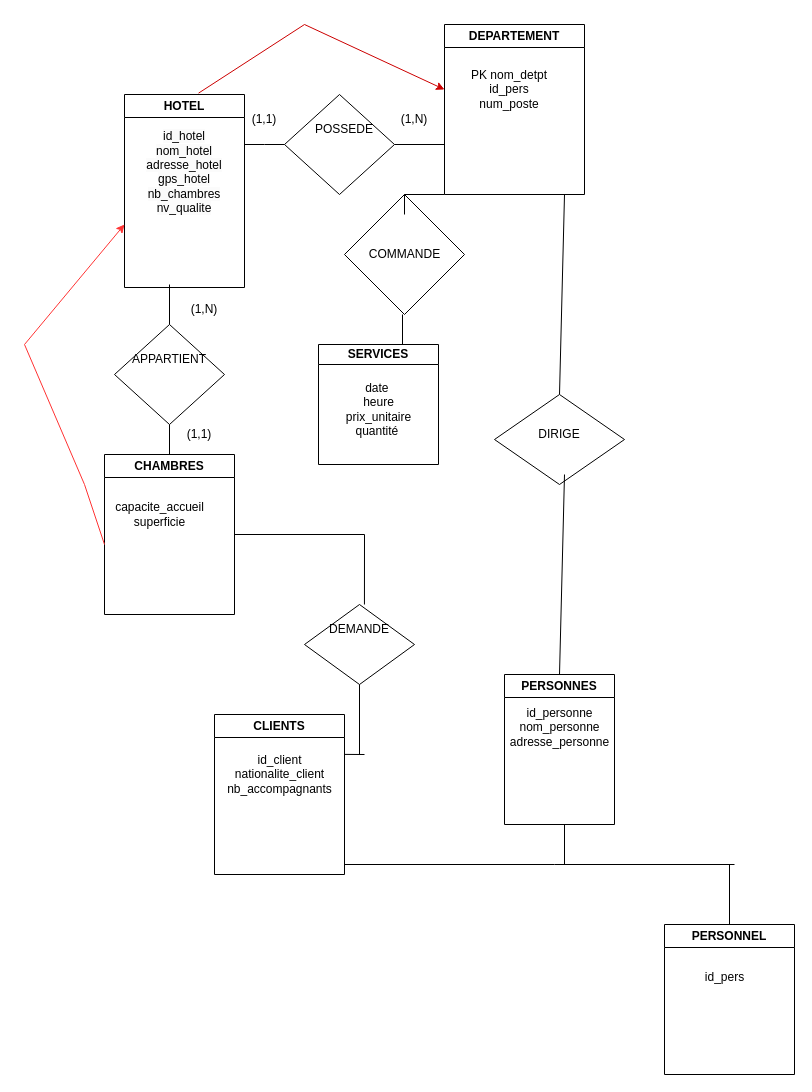
The draw.io diagram Diagramme sans nom.drawio in lenny-vergerolle/lennyverg, before the edit. Source tidied: cells renumbered, new cells numbered last; positions are measured from the earlier drawing's top-left corner, leaving out a move shared by most shapes. Both pictures are drawn from the tidied source at 100%, with x=0, y=0 at pixel (24, 24).
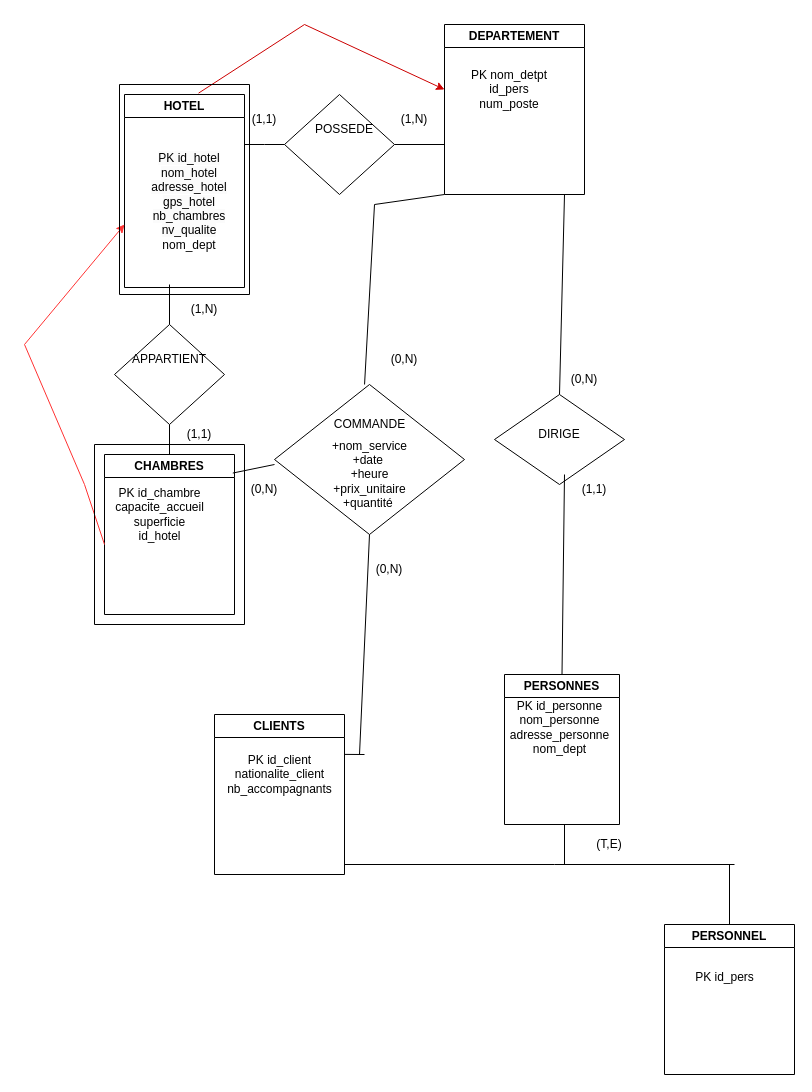
The same page after the edit.

Commit message:
Mettre à jour Diagramme sans nom.drawio

The change refers to these unchanged cells:
```xml
<mxCell id="2" value="HOTEL" style="swimlane;whiteSpace=wrap;html=1;" parent="1" vertex="1">
  <mxGeometry x="100" y="70" width="120" height="193" as="geometry" />
</mxCell>
<mxCell id="4" value="DEPARTEMENT" style="swimlane;whiteSpace=wrap;html=1;" parent="1" vertex="1">
  <mxGeometry x="420" width="140" height="170" as="geometry" />
</mxCell>
<mxCell id="6" value="CLIENTS" style="swimlane;whiteSpace=wrap;html=1;" parent="1" vertex="1">
  <mxGeometry x="190" y="690" width="130" height="160" as="geometry" />
</mxCell>
<mxCell id="10" value="PERSONNEL" style="swimlane;whiteSpace=wrap;html=1;" parent="1" vertex="1">
  <mxGeometry x="640" y="900" width="130" height="150" as="geometry" />
</mxCell>
<mxCell id="12" value="CHAMBRES" style="swimlane;whiteSpace=wrap;html=1;" parent="1" vertex="1">
  <mxGeometry x="80" y="430" width="130" height="160" as="geometry" />
</mxCell>
```

The edit, as a diff of the source:
```diff
@@
-    <mxCell id="3" value="&#10;&lt;span style=&quot;color: rgb(0, 0, 0); font-family: Helvetica; font-size: 12px; font-style: normal; font-variant-ligatures: normal; font-variant-caps: normal; font-weight: 400; letter-spacing: normal; orphans: 2; text-align: center; text-indent: 0px; text-transform: none; widows: 2; word-spacing: 0px; -webkit-text-stroke-width: 0px; background-color: rgb(251, 251, 251); text-decoration-thickness: initial; text-decoration-style: initial; text-decoration-color: initial; float: none; display: inline !important;&quot;&gt;id_hotel&lt;/span&gt;&lt;br style=&quot;border-color: var(--border-color); color: rgb(0, 0, 0); font-family: Helvetica; font-size: 12px; font-style: normal; font-variant-ligatures: normal; font-variant-caps: normal; font-weight: 400; letter-spacing: normal; orphans: 2; text-align: center; text-indent: 0px; text-transform: none; widows: 2; word-spacing: 0px; -webkit-text-stroke-width: 0px; background-color: rgb(251, 251, 251); text-decoration-thickness: initial; text-decoration-style: initial; text-decoration-color: initial;&quot;&gt;&lt;span style=&quot;color: rgb(0, 0, 0); font-family: Helvetica; font-size: 12px; font-style: normal; font-variant-ligatures: normal; font-variant-caps: normal; font-weight: 400; letter-spacing: normal; orphans: 2; text-align: center; text-indent: 0px; text-transform: none; widows: 2; word-spacing: 0px; -webkit-text-stroke-width: 0px; background-color: rgb(251, 251, 251); text-decoration-thickness: initial; text-decoration-style: initial; text-decoration-color: initial; float: none; display: inline !important;&quot;&gt;nom_hotel&lt;/span&gt;&lt;br style=&quot;border-color: var(--border-color); color: rgb(0, 0, 0); font-family: Helvetica; font-size: 12px; font-style: normal; font-variant-ligatures: normal; font-variant-caps: normal; font-weight: 400; letter-spacing: normal; orphans: 2; text-align: center; text-indent: 0px; text-transform: none; widows: 2; word-spacing: 0px; -webkit-text-stroke-width: 0px; background-color: rgb(251, 251, 251); text-decoration-thickness: initial; text-decoration-style: initial; text-decoration-color: initial;&quot;&gt;&lt;span style=&quot;color: rgb(0, 0, 0); font-family: Helvetica; font-size: 12px; font-style: normal; font-variant-ligatures: normal; font-variant-caps: normal; font-weight: 400; letter-spacing: normal; orphans: 2; text-align: center; text-indent: 0px; text-transform: none; widows: 2; word-spacing: 0px; -webkit-text-stroke-width: 0px; background-color: rgb(251, 251, 251); text-decoration-thickness: initial; text-decoration-style: initial; text-decoration-color: initial; float: none; display: inline !important;&quot;&gt;adresse_hotel&lt;/span&gt;&lt;br style=&quot;border-color: var(--border-color); color: rgb(0, 0, 0); font-family: Helvetica; font-size: 12px; font-style: normal; font-variant-ligatures: normal; font-variant-caps: normal; font-weight: 400; letter-spacing: normal; orphans: 2; text-align: center; text-indent: 0px; text-transform: none; widows: 2; word-spacing: 0px; -webkit-text-stroke-width: 0px; background-color: rgb(251, 251, 251); text-decoration-thickness: initial; text-decoration-style: initial; text-decoration-color: initial;&quot;&gt;&lt;span style=&quot;color: rgb(0, 0, 0); font-family: Helvetica; font-size: 12px; font-style: normal; font-variant-ligatures: normal; font-variant-caps: normal; font-weight: 400; letter-spacing: normal; orphans: 2; text-align: center; text-indent: 0px; text-transform: none; widows: 2; word-spacing: 0px; -webkit-text-stroke-width: 0px; background-color: rgb(251, 251, 251); text-decoration-thickness: initial; text-decoration-style: initial; text-decoration-color: initial; float: none; display: inline !important;&quot;&gt;gps_hotel&lt;/span&gt;&lt;br style=&quot;border-color: var(--border-color); color: rgb(0, 0, 0); font-family: Helvetica; font-size: 12px; font-style: normal; font-variant-ligatures: normal; font-variant-caps: normal; font-weight: 400; letter-spacing: normal; orphans: 2; text-align: center; text-indent: 0px; text-transform: none; widows: 2; word-spacing: 0px; -webkit-text-stroke-width: 0px; background-color: rgb(251, 251, 251); text-decoration-thickness: initial; text-decoration-style: initial; text-decoration-color: initial;&quot;&gt;&lt;span style=&quot;color: rgb(0, 0, 0); font-family: Helvetica; font-size: 12px; font-style: normal; font-variant-ligatures: normal; font-variant-caps: normal; font-weight: 400; letter-spacing: normal; orphans: 2; text-align: center; text-indent: 0px; text-transform: none; widows: 2; word-spacing: 0px; -webkit-text-stroke-width: 0px; background-color: rgb(251, 251, 251); text-decoration-thickness: initial; text-decoration-style: initial; text-decoration-color: initial; float: none; display: inline !important;&quot;&gt;nb_chambres&lt;/span&gt;&lt;br style=&quot;border-color: var(--border-color); color: rgb(0, 0, 0); font-family: Helvetica; font-size: 12px; font-style: normal; font-variant-ligatures: normal; font-variant-caps: normal; font-weight: 400; letter-spacing: normal; orphans: 2; text-align: center; text-indent: 0px; text-transform: none; widows: 2; word-spacing: 0px; -webkit-text-stroke-width: 0px; background-color: rgb(251, 251, 251); text-decoration-thickness: initial; text-decoration-style: initial; text-decoration-color: initial;&quot;&gt;&lt;span style=&quot;color: rgb(0, 0, 0); font-family: Helvetica; font-size: 12px; font-style: normal; font-variant-ligatures: normal; font-variant-caps: normal; font-weight: 400; letter-spacing: normal; orphans: 2; text-align: center; text-indent: 0px; text-transform: none; widows: 2; word-spacing: 0px; -webkit-text-stroke-width: 0px; background-color: rgb(251, 251, 251); text-decoration-thickness: initial; text-decoration-style: initial; text-decoration-color: initial; float: none; display: inline !important;&quot;&gt;nv_qualite&lt;/span&gt;&#10;&#10;" style="text;html=1;strokeColor=none;fillColor=none;align=center;verticalAlign=middle;whiteSpace=wrap;rounded=0;" parent="2" vertex="1">
-      <mxGeometry x="30" y="70" width="60" height="30" as="geometry" />
+    <mxCell id="3" value="&lt;br&gt;&lt;span style=&quot;color: rgb(0, 0, 0); font-family: Helvetica; font-size: 12px; font-style: normal; font-variant-ligatures: normal; font-variant-caps: normal; font-weight: 400; letter-spacing: normal; orphans: 2; text-align: center; text-indent: 0px; text-transform: none; widows: 2; word-spacing: 0px; -webkit-text-stroke-width: 0px; background-color: rgb(251, 251, 251); text-decoration-thickness: initial; text-decoration-style: initial; text-decoration-color: initial; float: none; display: inline !important;&quot;&gt;PK id_hotel&lt;/span&gt;&lt;br style=&quot;border-color: var(--border-color); color: rgb(0, 0, 0); font-family: Helvetica; font-size: 12px; font-style: normal; font-variant-ligatures: normal; font-variant-caps: normal; font-weight: 400; letter-spacing: normal; orphans: 2; text-align: center; text-indent: 0px; text-transform: none; widows: 2; word-spacing: 0px; -webkit-text-stroke-width: 0px; background-color: rgb(251, 251, 251); text-decoration-thickness: initial; text-decoration-style: initial; text-decoration-color: initial;&quot;&gt;&lt;span style=&quot;color: rgb(0, 0, 0); font-family: Helvetica; font-size: 12px; font-style: normal; font-variant-ligatures: normal; font-variant-caps: normal; font-weight: 400; letter-spacing: normal; orphans: 2; text-align: center; text-indent: 0px; text-transform: none; widows: 2; word-spacing: 0px; -webkit-text-stroke-width: 0px; background-color: rgb(251, 251, 251); text-decoration-thickness: initial; text-decoration-style: initial; text-decoration-color: initial; float: none; display: inline !important;&quot;&gt;nom_hotel&lt;/span&gt;&lt;br style=&quot;border-color: var(--border-color); color: rgb(0, 0, 0); font-family: Helvetica; font-size: 12px; font-style: normal; font-variant-ligatures: normal; font-variant-caps: normal; font-weight: 400; letter-spacing: normal; orphans: 2; text-align: center; text-indent: 0px; text-transform: none; widows: 2; word-spacing: 0px; -webkit-text-stroke-width: 0px; background-color: rgb(251, 251, 251); text-decoration-thickness: initial; text-decoration-style: initial; text-decoration-color: initial;&quot;&gt;&lt;span style=&quot;color: rgb(0, 0, 0); font-family: Helvetica; font-size: 12px; font-style: normal; font-variant-ligatures: normal; font-variant-caps: normal; font-weight: 400; letter-spacing: normal; orphans: 2; text-align: center; text-indent: 0px; text-transform: none; widows: 2; word-spacing: 0px; -webkit-text-stroke-width: 0px; background-color: rgb(251, 251, 251); text-decoration-thickness: initial; text-decoration-style: initial; text-decoration-color: initial; float: none; display: inline !important;&quot;&gt;adresse_hotel&lt;/span&gt;&lt;br style=&quot;border-color: var(--border-color); color: rgb(0, 0, 0); font-family: Helvetica; font-size: 12px; font-style: normal; font-variant-ligatures: normal; font-variant-caps: normal; font-weight: 400; letter-spacing: normal; orphans: 2; text-align: center; text-indent: 0px; text-transform: none; widows: 2; word-spacing: 0px; -webkit-text-stroke-width: 0px; background-color: rgb(251, 251, 251); text-decoration-thickness: initial; text-decoration-style: initial; text-decoration-color: initial;&quot;&gt;&lt;span style=&quot;color: rgb(0, 0, 0); font-family: Helvetica; font-size: 12px; font-style: normal; font-variant-ligatures: normal; font-variant-caps: normal; font-weight: 400; letter-spacing: normal; orphans: 2; text-align: center; text-indent: 0px; text-transform: none; widows: 2; word-spacing: 0px; -webkit-text-stroke-width: 0px; background-color: rgb(251, 251, 251); text-decoration-thickness: initial; text-decoration-style: initial; text-decoration-color: initial; float: none; display: inline !important;&quot;&gt;gps_hotel&lt;/span&gt;&lt;br style=&quot;border-color: var(--border-color); color: rgb(0, 0, 0); font-family: Helvetica; font-size: 12px; font-style: normal; font-variant-ligatures: normal; font-variant-caps: normal; font-weight: 400; letter-spacing: normal; orphans: 2; text-align: center; text-indent: 0px; text-transform: none; widows: 2; word-spacing: 0px; -webkit-text-stroke-width: 0px; background-color: rgb(251, 251, 251); text-decoration-thickness: initial; text-decoration-style: initial; text-decoration-color: initial;&quot;&gt;&lt;span style=&quot;color: rgb(0, 0, 0); font-family: Helvetica; font-size: 12px; font-style: normal; font-variant-ligatures: normal; font-variant-caps: normal; font-weight: 400; letter-spacing: normal; orphans: 2; text-align: center; text-indent: 0px; text-transform: none; widows: 2; word-spacing: 0px; -webkit-text-stroke-width: 0px; background-color: rgb(251, 251, 251); text-decoration-thickness: initial; text-decoration-style: initial; text-decoration-color: initial; float: none; display: inline !important;&quot;&gt;nb_chambres&lt;/span&gt;&lt;br style=&quot;border-color: var(--border-color); color: rgb(0, 0, 0); font-family: Helvetica; font-size: 12px; font-style: normal; font-variant-ligatures: normal; font-variant-caps: normal; font-weight: 400; letter-spacing: normal; orphans: 2; text-align: center; text-indent: 0px; text-transform: none; widows: 2; word-spacing: 0px; -webkit-text-stroke-width: 0px; background-color: rgb(251, 251, 251); text-decoration-thickness: initial; text-decoration-style: initial; text-decoration-color: initial;&quot;&gt;&lt;span style=&quot;color: rgb(0, 0, 0); font-family: Helvetica; font-size: 12px; font-style: normal; font-variant-ligatures: normal; font-variant-caps: normal; font-weight: 400; letter-spacing: normal; orphans: 2; text-align: center; text-indent: 0px; text-transform: none; widows: 2; word-spacing: 0px; -webkit-text-stroke-width: 0px; background-color: rgb(251, 251, 251); text-decoration-thickness: initial; text-decoration-style: initial; text-decoration-color: initial; float: none; display: inline !important;&quot;&gt;nv_qualite&lt;br&gt;&lt;/span&gt;nom_dept" style="text;html=1;strokeColor=none;fillColor=none;align=center;verticalAlign=middle;whiteSpace=wrap;rounded=0;" parent="2" vertex="1">
+      <mxGeometry x="20" y="85" width="90" height="30" as="geometry" />
     </mxCell>
@@
-    <mxCell id="7" value="id_client&lt;br&gt;nationalite_client&lt;br&gt;nb_accompagnants" style="text;html=1;align=center;verticalAlign=middle;points=[];strokeColor=none;fillColor=none;" parent="6" vertex="1">
+    <mxCell id="7" value="PK id_client&lt;br&gt;nationalite_client&lt;br&gt;nb_accompagnants" style="text;html=1;align=center;verticalAlign=middle;points=[];strokeColor=none;fillColor=none;" parent="6" vertex="1">
       <mxGeometry y="30" width="130" height="60" as="geometry" />
     </mxCell>
     <mxCell id="8" value="PERSONNES" style="swimlane;whiteSpace=wrap;html=1;" parent="1" vertex="1">
-      <mxGeometry x="480" y="650" width="110" height="150" as="geometry" />
+      <mxGeometry x="480" y="650" width="115" height="150" as="geometry" />
     </mxCell>
-    <mxCell id="9" value="id_personne&lt;br&gt;nom_personne&lt;br&gt;adresse_personne" style="text;html=1;align=center;verticalAlign=middle;strokeColor=none;fillColor=none;" parent="8" vertex="1">
-      <mxGeometry x="-5" y="23" width="120" height="60" as="geometry" />
+    <mxCell id="9" value="PK id_personne&lt;br&gt;nom_personne&lt;br&gt;adresse_personne&lt;br&gt;nom_dept" style="text;html=1;align=center;verticalAlign=middle;strokeColor=none;fillColor=none;" parent="8" vertex="1">
+      <mxGeometry x="-5" y="18" width="120" height="70" as="geometry" />
     </mxCell>
@@
-    <mxCell id="11" value="id_pers" style="text;html=1;align=center;verticalAlign=middle;strokeColor=none;fillColor=none;" parent="10" vertex="1">
-      <mxGeometry x="30" y="38" width="60" height="30" as="geometry" />
+    <mxCell id="11" value="PK id_pers" style="text;html=1;align=center;verticalAlign=middle;strokeColor=none;fillColor=none;" parent="10" vertex="1">
+      <mxGeometry x="20" y="38" width="80" height="30" as="geometry" />
     </mxCell>
@@
-    <mxCell id="13" value="capacite_accueil&lt;br&gt;superficie" style="text;html=1;align=center;verticalAlign=middle;strokeColor=none;fillColor=none;" parent="12" vertex="1">
-      <mxGeometry y="40" width="110" height="40" as="geometry" />
+    <mxCell id="13" value="PK id_chambre&lt;br&gt;capacite_accueil&lt;br&gt;superficie&lt;br&gt;id_hotel" style="text;html=1;align=center;verticalAlign=middle;strokeColor=none;fillColor=none;" parent="12" vertex="1">
+      <mxGeometry y="25" width="110" height="70" as="geometry" />
     </mxCell>
-    <mxCell id="14" value="SERVICES" style="swimlane;whiteSpace=wrap;html=1;startSize=20;" parent="1" vertex="1">
-      <mxGeometry x="294" y="320" width="120" height="120" as="geometry" />
-    </mxCell>
-    <mxCell id="15" value="date&amp;nbsp;&lt;br&gt;heure&lt;br&gt;prix_unitaire&lt;br&gt;quantité&amp;nbsp;" style="text;html=1;align=center;verticalAlign=middle;strokeColor=none;fillColor=none;" parent="14" vertex="1">
-      <mxGeometry x="15" y="30" width="90" height="70" as="geometry" />
-    </mxCell>
@@
     <mxCell id="25" style="rhombus;whiteSpace=wrap;html=1;" parent="1" vertex="1">
-      <mxGeometry x="320" y="170" width="120" height="120" as="geometry" />
+      <mxGeometry x="250" y="360" width="190" height="150" as="geometry" />
     </mxCell>
     <mxCell id="26" value="COMMANDE" style="text;html=1;strokeColor=none;fillColor=none;align=center;verticalAlign=middle;whiteSpace=wrap;rounded=0;" parent="1" vertex="1">
-      <mxGeometry x="338.8" y="210" width="82.5" height="40" as="geometry" />
+      <mxGeometry x="303.8" y="380" width="82.5" height="40" as="geometry" />
     </mxCell>
@@
-    <mxCell id="33" style="endArrow=none;html=1;rounded=0;" parent="1" edge="1">
-      <mxGeometry relative="1" as="geometry">
-        <mxPoint x="378" y="320" as="sourcePoint" />
-        <mxPoint x="378" y="290" as="targetPoint" />
-      </mxGeometry>
-    </mxCell>
     <mxCell id="34" style="endArrow=none;html=1;rounded=0;entryX=0;entryY=1;entryDx=0;entryDy=0;" parent="1" edge="1" target="4">
       <mxGeometry relative="1" as="geometry">
-        <mxPoint x="380" y="170" as="sourcePoint" />
+        <mxPoint x="350" y="180" as="sourcePoint" />
       </mxGeometry>
     </mxCell>
-    <mxCell id="35" style="rhombus;whiteSpace=wrap;html=1;" parent="1" vertex="1">
-      <mxGeometry x="280" y="580" width="110" height="80" as="geometry" />
-    </mxCell>
-    <mxCell id="36" value="DEMANDE" style="text;html=1;strokeColor=none;fillColor=none;align=center;verticalAlign=middle;whiteSpace=wrap;rounded=0;" parent="1" vertex="1">
-      <mxGeometry x="305" y="590" width="60" height="30" as="geometry" />
-    </mxCell>
-    <mxCell id="37" style="endArrow=none;html=1;rounded=0;exitX=0.5;exitY=1;exitDx=0;exitDy=0;" parent="1" edge="1" source="35">
+    <mxCell id="37" style="endArrow=none;html=1;rounded=0;exitX=0.5;exitY=1;exitDx=0;exitDy=0;" parent="1" edge="1" source="25">
       <mxGeometry relative="1" as="geometry">
         <mxPoint x="335" y="730" as="targetPoint" />
       </mxGeometry>
     </mxCell>
-    <mxCell id="38" style="endArrow=none;html=1;rounded=0;entryX=1;entryY=0.5;entryDx=0;entryDy=0;exitX=0.545;exitY=0;exitDx=0;exitDy=0;exitPerimeter=0;" parent="1" edge="1" source="35" target="12">
-      <mxGeometry relative="1" as="geometry">
-        <Array as="points">
-          <mxPoint x="340" y="510" />
-        </Array>
-      </mxGeometry>
-    </mxCell>
@@
-    <mxCell id="40" style="endArrow=none;html=1;rounded=0;exitX=0.5;exitY=0;exitDx=0;exitDy=0;" parent="1" edge="1" source="25">
+    <mxCell id="40" style="endArrow=none;html=1;rounded=0;exitX=0.474;exitY=0;exitDx=0;exitDy=0;exitPerimeter=0;" parent="1" edge="1" source="25">
       <mxGeometry relative="1" as="geometry">
-        <mxPoint x="380" y="190" as="targetPoint" />
+        <mxPoint x="350" y="180" as="targetPoint" />
       </mxGeometry>
     </mxCell>
@@
+    <mxCell id="15" value="+nom_service&lt;br&gt;+date&amp;nbsp;&lt;br&gt;+heure&lt;br&gt;+prix_unitaire&lt;br&gt;+quantité&amp;nbsp;" style="text;html=1;align=center;verticalAlign=middle;strokeColor=none;fillColor=none;" parent="1" vertex="1">
+      <mxGeometry x="295" y="405" width="100" height="90" as="geometry" />
+    </mxCell>
+    <mxCell id="47" style="endArrow=none;html=1;rounded=0;exitX=0.987;exitY=0.116;exitDx=0;exitDy=0;exitPerimeter=0;" parent="1" edge="1" source="12">
+      <mxGeometry relative="1" as="geometry">
+        <mxPoint x="250" y="440" as="targetPoint" />
+      </mxGeometry>
+    </mxCell>
+    <mxCell id="48" value="(0,N)" style="text;html=1;strokeColor=none;fillColor=none;align=center;verticalAlign=middle;whiteSpace=wrap;rounded=0;" parent="1" vertex="1">
+      <mxGeometry x="530" y="340" width="60" height="30" as="geometry" />
+    </mxCell>
+    <mxCell id="49" value="(1,1)" style="text;html=1;strokeColor=none;fillColor=none;align=center;verticalAlign=middle;whiteSpace=wrap;rounded=0;" parent="1" vertex="1">
+      <mxGeometry x="540" y="450" width="60" height="30" as="geometry" />
+    </mxCell>
+    <mxCell id="50" value="(0,N)" style="text;html=1;strokeColor=none;fillColor=none;align=center;verticalAlign=middle;whiteSpace=wrap;rounded=0;" parent="1" vertex="1">
+      <mxGeometry x="210" y="450" width="60" height="30" as="geometry" />
+    </mxCell>
+    <mxCell id="51" value="(0,N)" style="text;html=1;strokeColor=none;fillColor=none;align=center;verticalAlign=middle;whiteSpace=wrap;rounded=0;" parent="1" vertex="1">
+      <mxGeometry x="335" y="530" width="60" height="30" as="geometry" />
+    </mxCell>
+    <mxCell id="52" value="(0,N)" style="text;html=1;strokeColor=none;fillColor=none;align=center;verticalAlign=middle;whiteSpace=wrap;rounded=0;" parent="1" vertex="1">
+      <mxGeometry x="350" y="320" width="60" height="30" as="geometry" />
+    </mxCell>
+    <mxCell id="53" style="swimlane;startSize=0;" parent="1" vertex="1">
+      <mxGeometry x="70" y="420" width="150" height="180" as="geometry" />
+    </mxCell>
+    <mxCell id="54" style="swimlane;startSize=0;" parent="1" vertex="1">
+      <mxGeometry x="95" y="60" width="130" height="210" as="geometry" />
+    </mxCell>
+    <mxCell id="55" value="(T,E)" style="text;html=1;strokeColor=none;fillColor=none;align=center;verticalAlign=middle;whiteSpace=wrap;rounded=0;" parent="1" vertex="1">
+      <mxGeometry x="550" y="800" width="70" height="40" as="geometry" />
+    </mxCell>
```
